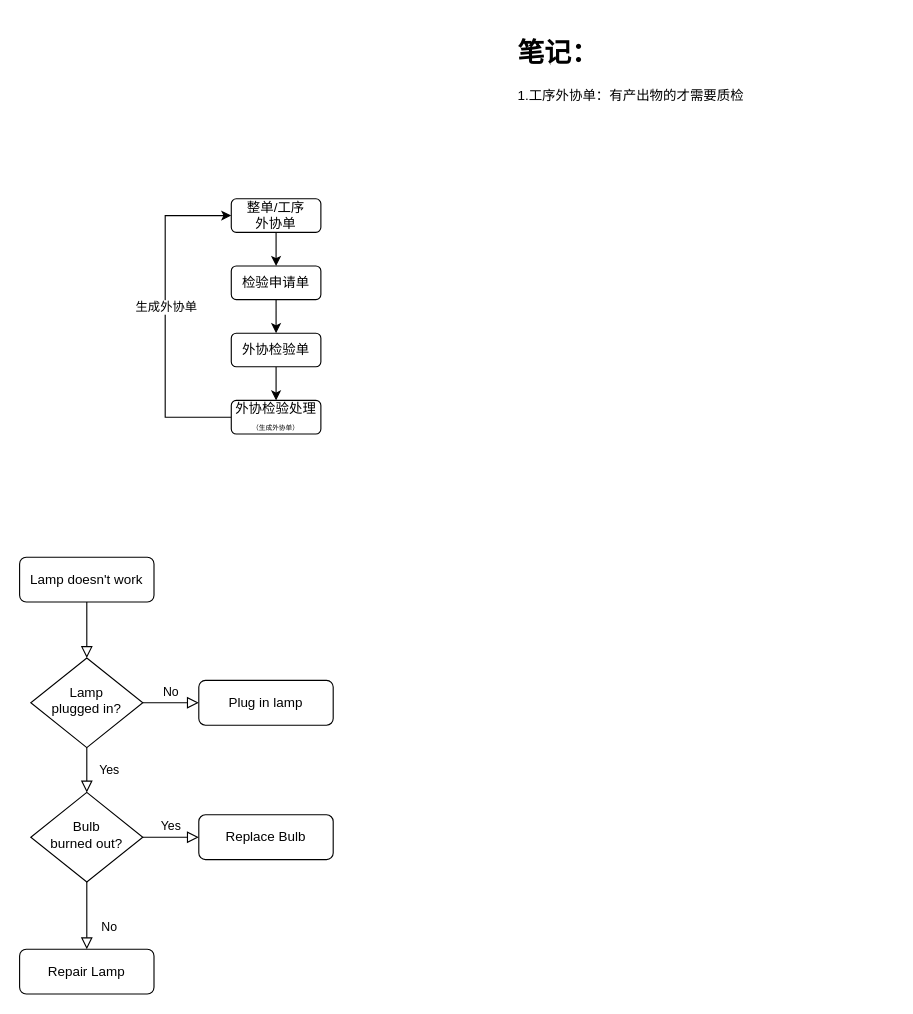
The draw.io diagram 红壹-V0.4.4-外协质检.drawio in 171437912/drawfiles, before the edit. Source tidied: cells renumbered, new cells numbered last; positions are measured from the earlier drawing's top-left corner, leaving out a move shared by most shapes. Both pictures are drawn from the tidied source at 112%, with x=0, y=0 at pixel (19, 30).
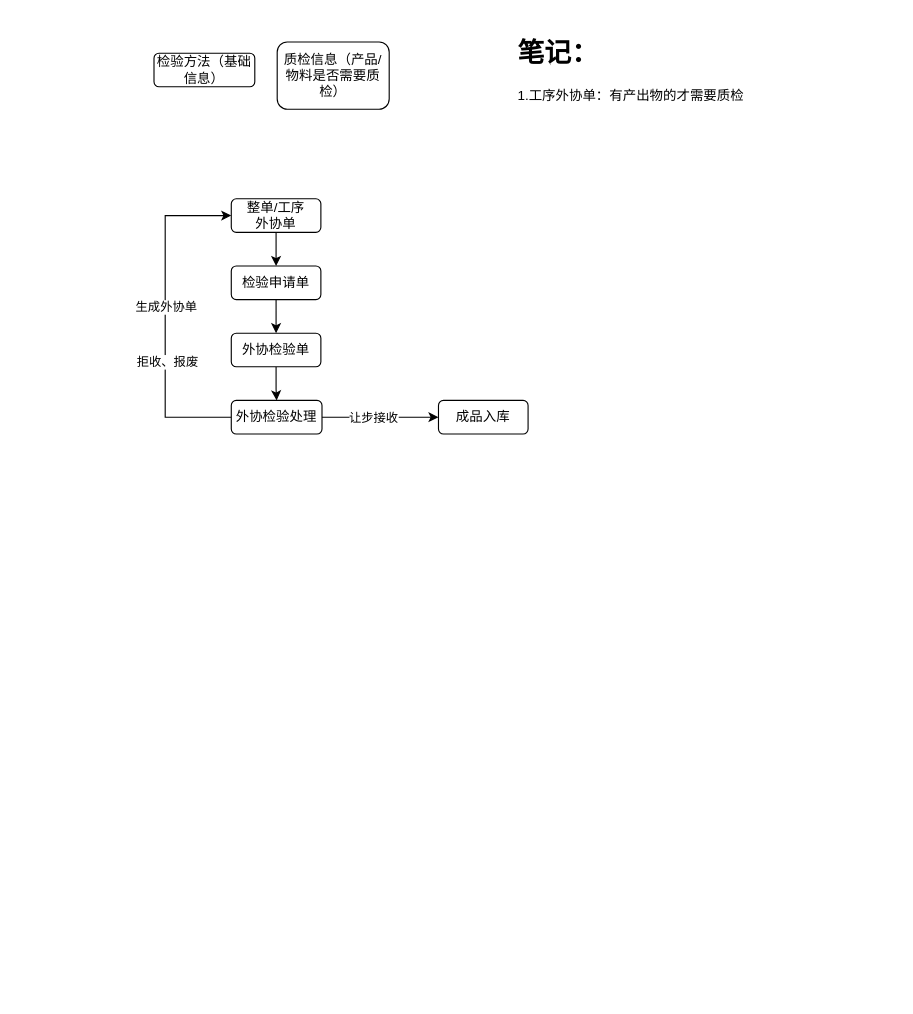
Above is the later version.

Commit message:
更新红壹-V0.4.4-外协质检.drawio

Unchanged cells that the change refers to:
```xml
<mxCell id="19" style="edgeStyle=orthogonalEdgeStyle;rounded=0;jettySize=auto;html=1;exitX=0;exitY=0.5;exitDx=0;exitDy=0;" parent="1" edge="1" source="21" target="16">
  <mxGeometry relative="1" as="geometry">
    <Array as="points">
      <mxPoint x="130" y="345" />
      <mxPoint x="130" y="165" />
    </Array>
  </mxGeometry>
</mxCell>
```

Diff of the diagram source:
```diff
@@
-    <mxCell id="2" style="rounded=0;html=1;jettySize=auto;fontSize=11;endArrow=block;endFill=0;endSize=8;strokeWidth=1;shadow=0;labelBackgroundColor=none;edgeStyle=orthogonalEdgeStyle;" parent="1" edge="1" source="3" target="6">
-      <mxGeometry relative="1" as="geometry" />
-    </mxCell>
-    <mxCell id="3" value="Lamp doesn't work" style="rounded=1;whiteSpace=wrap;html=1;fontSize=12;glass=0;strokeWidth=1;shadow=0;" parent="1" vertex="1">
-      <mxGeometry y="470" width="120" height="40" as="geometry" />
-    </mxCell>
-    <mxCell id="4" value="Yes" style="rounded=0;html=1;jettySize=auto;fontSize=11;endArrow=block;endFill=0;endSize=8;strokeWidth=1;shadow=0;labelBackgroundColor=none;edgeStyle=orthogonalEdgeStyle;" parent="1" edge="1" source="6" target="10">
-      <mxGeometry y="20" relative="1" as="geometry" />
-    </mxCell>
-    <mxCell id="5" value="No" style="edgeStyle=orthogonalEdgeStyle;rounded=0;html=1;jettySize=auto;fontSize=11;endArrow=block;endFill=0;endSize=8;strokeWidth=1;shadow=0;labelBackgroundColor=none;" parent="1" edge="1" source="6" target="7">
-      <mxGeometry y="10" relative="1" as="geometry" />
-    </mxCell>
-    <mxCell id="6" value="Lamp&lt;br&gt;plugged in?" style="rhombus;whiteSpace=wrap;html=1;shadow=0;fontFamily=Helvetica;fontSize=12;align=center;strokeWidth=1;spacing=6;spacingTop=-4;" parent="1" vertex="1">
-      <mxGeometry x="10" y="560" width="100" height="80" as="geometry" />
-    </mxCell>
-    <mxCell id="7" value="Plug in lamp" style="rounded=1;whiteSpace=wrap;html=1;fontSize=12;glass=0;strokeWidth=1;shadow=0;" parent="1" vertex="1">
-      <mxGeometry x="160" y="580" width="120" height="40" as="geometry" />
-    </mxCell>
-    <mxCell id="8" value="No" style="rounded=0;html=1;jettySize=auto;fontSize=11;endArrow=block;endFill=0;endSize=8;strokeWidth=1;shadow=0;labelBackgroundColor=none;edgeStyle=orthogonalEdgeStyle;" parent="1" edge="1" source="10" target="11">
-      <mxGeometry x="0.33" y="20" relative="1" as="geometry" />
-    </mxCell>
-    <mxCell id="9" value="Yes" style="edgeStyle=orthogonalEdgeStyle;rounded=0;html=1;jettySize=auto;fontSize=11;endArrow=block;endFill=0;endSize=8;strokeWidth=1;shadow=0;labelBackgroundColor=none;" parent="1" edge="1" source="10" target="12">
-      <mxGeometry y="10" relative="1" as="geometry" />
-    </mxCell>
-    <mxCell id="10" value="Bulb&lt;br&gt;burned out?" style="rhombus;whiteSpace=wrap;html=1;shadow=0;fontFamily=Helvetica;fontSize=12;align=center;strokeWidth=1;spacing=6;spacingTop=-4;" parent="1" vertex="1">
-      <mxGeometry x="10" y="680" width="100" height="80" as="geometry" />
-    </mxCell>
-    <mxCell id="11" value="Repair Lamp" style="rounded=1;whiteSpace=wrap;html=1;fontSize=12;glass=0;strokeWidth=1;shadow=0;" parent="1" vertex="1">
-      <mxGeometry y="820" width="120" height="40" as="geometry" />
-    </mxCell>
-    <mxCell id="12" value="Replace Bulb" style="rounded=1;whiteSpace=wrap;html=1;fontSize=12;glass=0;strokeWidth=1;shadow=0;" parent="1" vertex="1">
-      <mxGeometry x="160" y="700" width="120" height="40" as="geometry" />
-    </mxCell>
@@
+    <mxCell id="23" value="拒收、报废" style="edgeLabel;html=1;align=center;verticalAlign=middle;" parent="19" vertex="1">
+      <mxGeometry x="-0.27" y="-1" relative="1" as="geometry" />
+    </mxCell>
+    <mxCell id="24" style="edgeStyle=orthogonalEdgeStyle;rounded=0;jettySize=auto;html=1;entryX=0;entryY=0.5;entryDx=0;entryDy=0;" parent="1" edge="1" source="21" target="28">
+      <mxGeometry relative="1" as="geometry" />
+    </mxCell>
+    <mxCell id="25" value="让步接收" style="edgeLabel;html=1;align=center;verticalAlign=middle;" parent="24" vertex="1">
+      <mxGeometry x="-0.13" relative="1" as="geometry" />
+    </mxCell>
-    <mxCell id="21" value="外协检验处理&lt;br&gt;&lt;font style=&quot;font-size: 6px;&quot;&gt;（生成外协单）&lt;/font&gt;" style="rounded=1;whiteSpace=wrap;html=1;fontSize=12;glass=0;strokeWidth=1;shadow=0;" parent="1" vertex="1">
-      <mxGeometry x="189" y="330" width="80" height="30" as="geometry" />
+    <mxCell id="21" value="外协检验处理" style="rounded=1;whiteSpace=wrap;html=1;fontSize=12;glass=0;strokeWidth=1;shadow=0;" parent="1" vertex="1">
+      <mxGeometry x="189" y="330" width="81" height="30" as="geometry" />
     </mxCell>
@@
+    <mxCell id="26" value="质检信息（产品/物料是否需要质检）" style="rounded=1;whiteSpace=wrap;html=1;fontSize=12;glass=0;strokeWidth=1;shadow=0;" parent="1" vertex="1">
+      <mxGeometry x="230" y="10" width="100" height="60" as="geometry" />
+    </mxCell>
+    <mxCell id="27" value="检验方法（基础信息）" style="rounded=1;whiteSpace=wrap;html=1;fontSize=12;glass=0;strokeWidth=1;shadow=0;" parent="1" vertex="1">
+      <mxGeometry x="120" y="20" width="90" height="30" as="geometry" />
+    </mxCell>
+    <mxCell id="28" value="成品入库" style="rounded=1;whiteSpace=wrap;html=1;fontSize=12;glass=0;strokeWidth=1;shadow=0;" parent="1" vertex="1">
+      <mxGeometry x="374" y="330" width="80" height="30" as="geometry" />
+    </mxCell>
```
